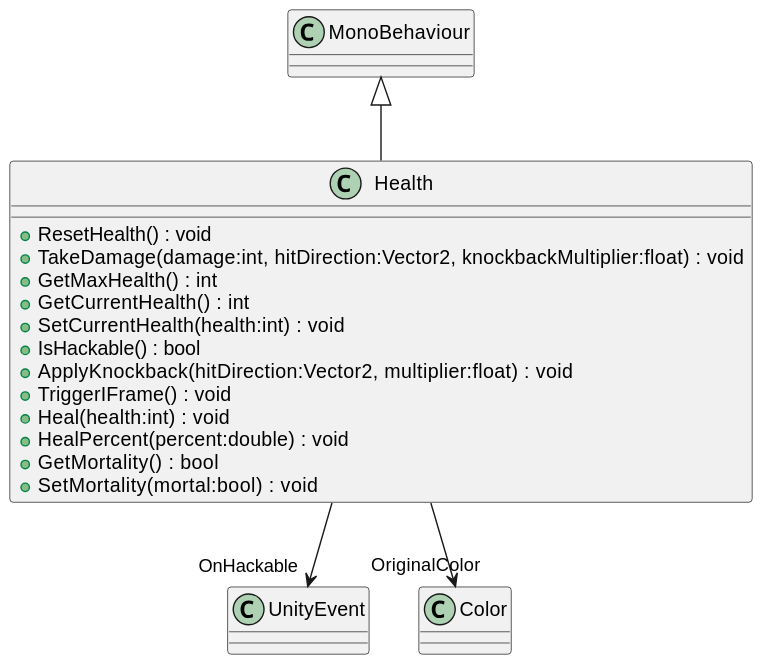
This is UML/Combat/Health.svg from KawinM23/TakeControl, a PlantUML export, as it was before one commit.
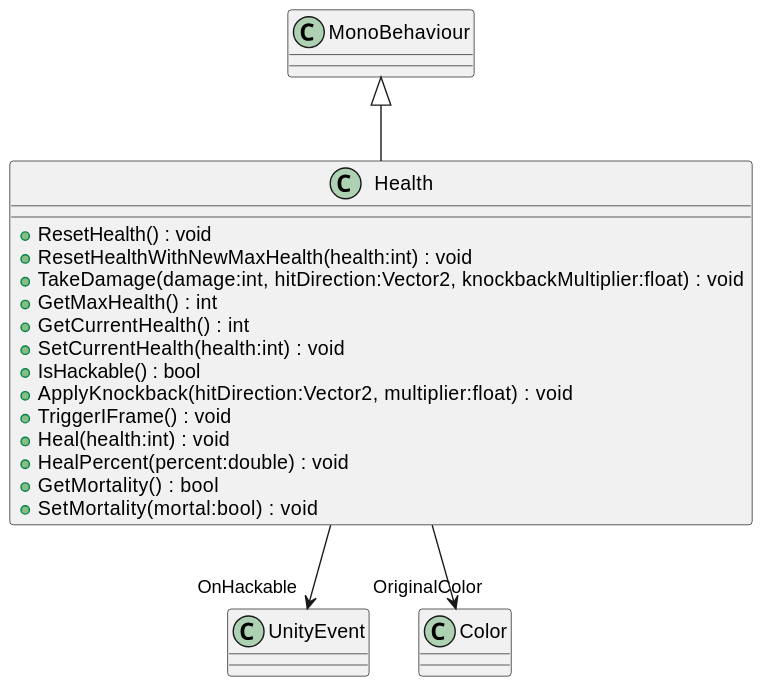
After the change.

Diff of the diagram source:
```diff
@@ -1,6 +1,7 @@
 @startuml
 class Health {
     + ResetHealth() : void
+    + ResetHealthWithNewMaxHealth(health:int) : void
     + TakeDamage(damage:int, hitDirection:Vector2, knockbackMultiplier:float) : void
     + GetMaxHealth() : int
     + GetCurrentHealth() : int
```
